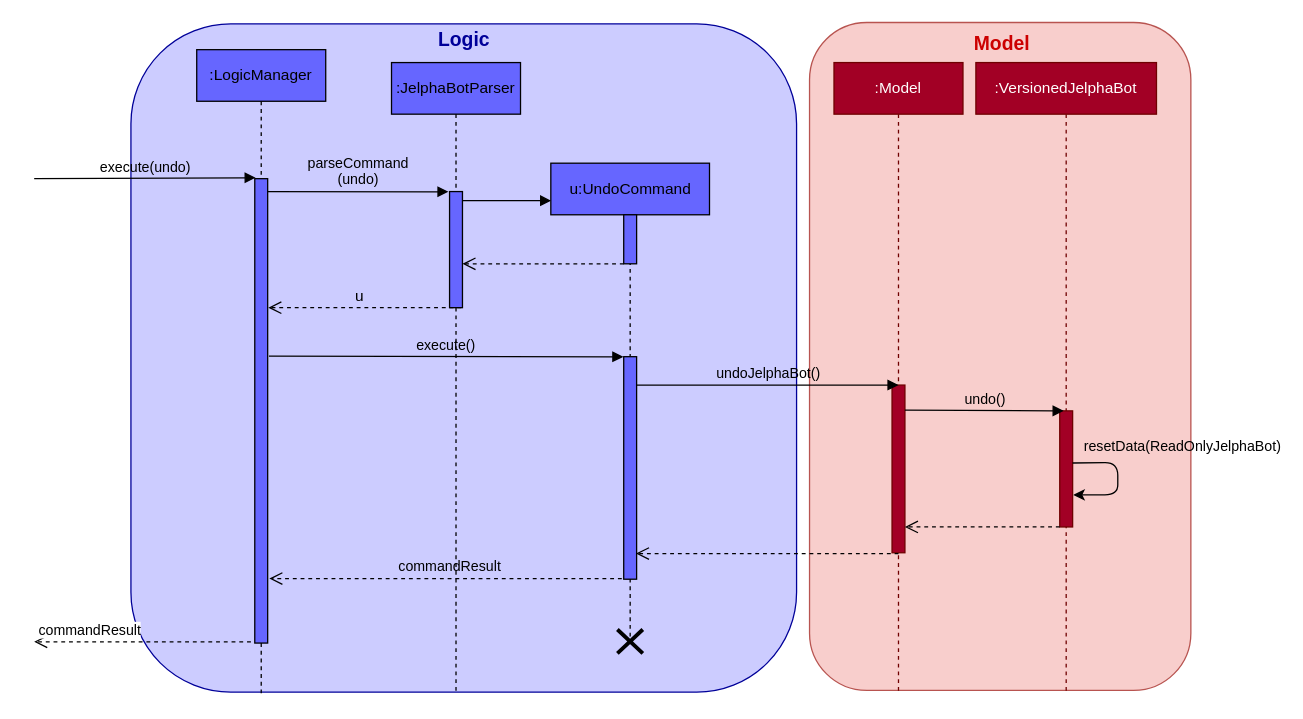
Above: docs/diagrams/UndoSequenceDiagram.drawio in yapdianhao/main (draw.io), before the change. Source tidied: cells renumbered, new cells numbered last; positions are measured from the earlier drawing's top-left corner, leaving out a move shared by most shapes. Both pictures are drawn from the tidied source at 129%, with x=0, y=0 at pixel (34, 23).
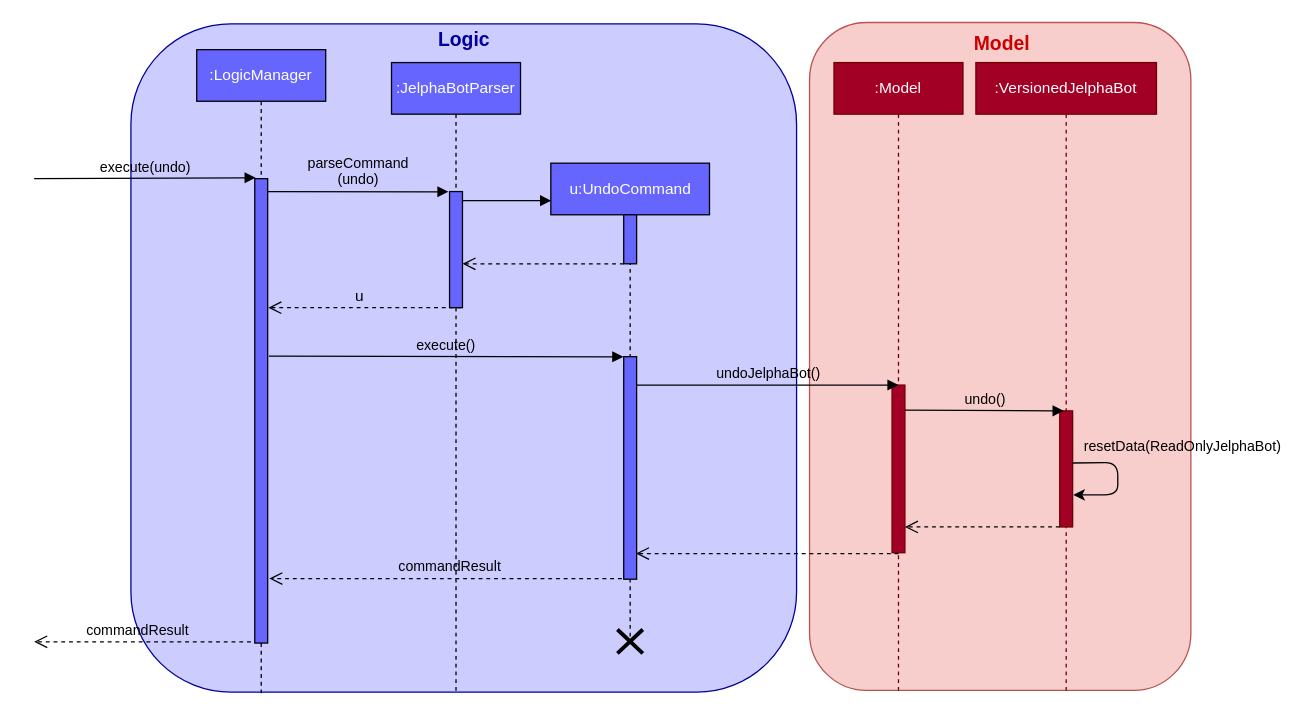
The same diagram, later.

What changed in the source:
```diff
@@
-    <mxCell id="7" value=":JelphaBotParser" style="shape=umlLifeline;perimeter=lifelinePerimeter;whiteSpace=wrap;html=1;shadow=0;fillColor=#6666FF;" parent="1" vertex="1">
+    <mxCell id="7" value="&lt;font color=&quot;#ffffff&quot;&gt;:JelphaBotParser&lt;/font&gt;" style="shape=umlLifeline;perimeter=lifelinePerimeter;whiteSpace=wrap;html=1;shadow=0;fillColor=#6666FF;" parent="1" vertex="1">
       <mxGeometry x="277" y="30" width="100" height="488" as="geometry" />
     </mxCell>
@@
-    <mxCell id="11" value="u:UndoCommand" style="shape=umlLifeline;perimeter=lifelinePerimeter;whiteSpace=wrap;html=1;outlineConnect=0;shadow=0;fillColor=#6666FF;" parent="1" vertex="1">
+    <mxCell id="11" value="&lt;font color=&quot;#ffffff&quot;&gt;u:UndoCommand&lt;/font&gt;" style="shape=umlLifeline;perimeter=lifelinePerimeter;whiteSpace=wrap;html=1;outlineConnect=0;shadow=0;fillColor=#6666FF;" parent="1" vertex="1">
       <mxGeometry x="400.5" y="108" width="123" height="368" as="geometry" />
     </mxCell>
@@
-    <mxCell id="17" value="commandResult" style="html=1;verticalAlign=bottom;endArrow=open;dashed=1;endSize=8;fillColor=#4D9900;" parent="1" edge="1">
-      <mxGeometry x="0.49" relative="1" as="geometry">
+    <mxCell id="17" value="commandResult" style="html=1;verticalAlign=bottom;endArrow=open;dashed=1;endSize=8;fillColor=#4D9900;labelBackgroundColor=none;" parent="1" edge="1">
+      <mxGeometry x="0.05" relative="1" as="geometry">
         <mxPoint x="168" y="479" as="sourcePoint" />
         <mxPoint y="479" as="targetPoint" />
       </mxGeometry>
     </mxCell>
@@
-    <mxCell id="22" value=":LogicManager" style="shape=umlLifeline;perimeter=lifelinePerimeter;whiteSpace=wrap;html=1;shadow=0;fillColor=#6666FF;" parent="1" vertex="1">
+    <mxCell id="22" value="&lt;font color=&quot;#ffffff&quot;&gt;:LogicManager&lt;/font&gt;" style="shape=umlLifeline;perimeter=lifelinePerimeter;whiteSpace=wrap;html=1;shadow=0;fillColor=#6666FF;" parent="1" vertex="1">
       <mxGeometry x="126" y="20" width="100" height="500" as="geometry" />
     </mxCell>
```
